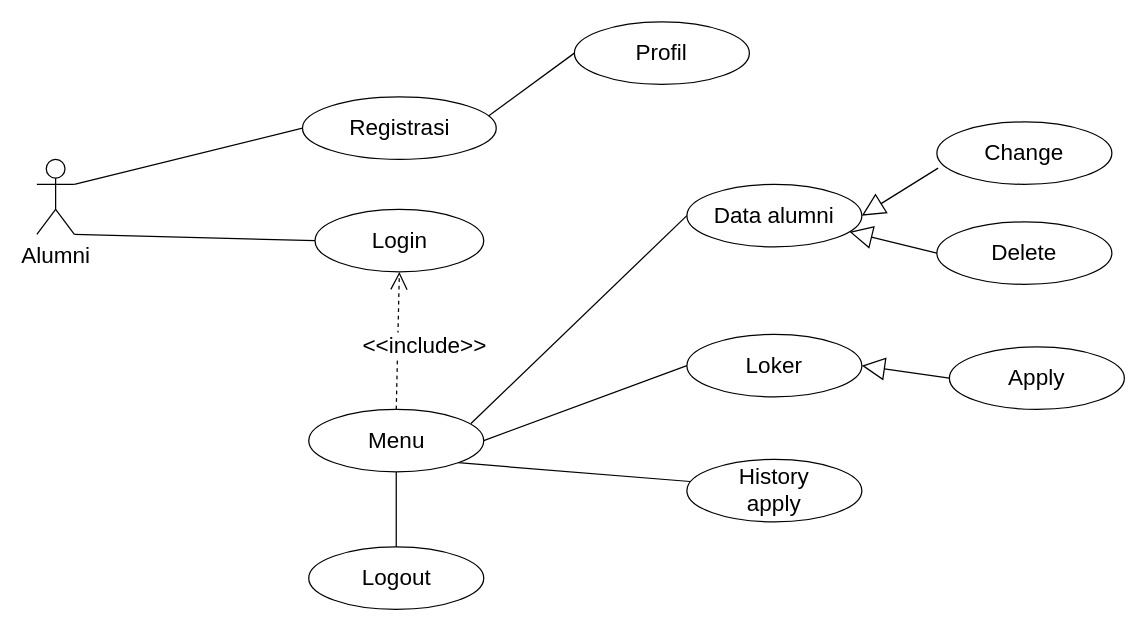
The draw.io diagram sistem yang diusulkan alumni.drawio in ratihpn99/tokoonline, before the edit. Source tidied: cells renumbered, new cells numbered last; positions are measured from the earlier drawing's top-left corner, leaving out a move shared by most shapes. Both pictures are drawn from the tidied source at 125%, with x=0, y=0 at pixel (36, 21).
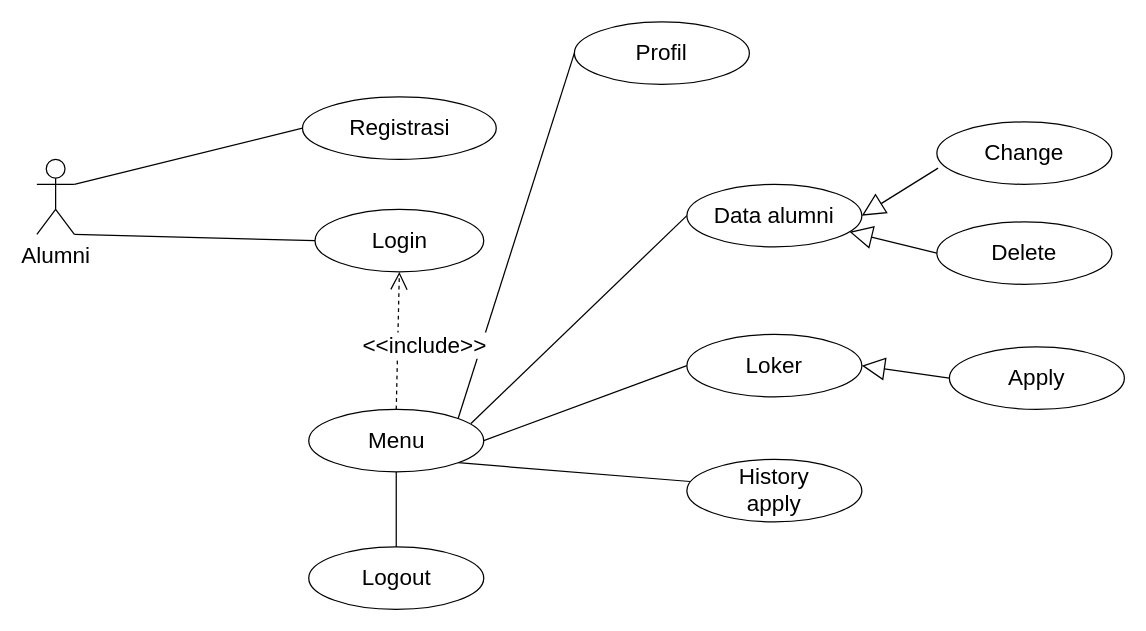
The same page after the edit.

Unchanged cells that the change refers to:
```xml
<mxCell id="2" value="&lt;font style=&quot;font-size: 18px;&quot;&gt;Registrasi&lt;/font&gt;" style="ellipse;whiteSpace=wrap;html=1;" parent="1" vertex="1">
  <mxGeometry x="212.5" y="60" width="155" height="50" as="geometry" />
</mxCell>
<mxCell id="4" value="&lt;font style=&quot;font-size: 18px;&quot;&gt;Menu&lt;/font&gt;" style="ellipse;whiteSpace=wrap;html=1;" parent="1" vertex="1">
  <mxGeometry x="217.5" y="310" width="140" height="50" as="geometry" />
</mxCell>
<mxCell id="6" value="&lt;font style=&quot;font-size: 18px;&quot;&gt;Profil&lt;/font&gt;" style="ellipse;whiteSpace=wrap;html=1;" parent="1" vertex="1">
  <mxGeometry x="430" width="140" height="50" as="geometry" />
</mxCell>
```

The edit, as a diff of the source:
```diff
@@
-    <mxCell id="10" style="endArrow=none;html=1;rounded=0;fontSize=18;entryX=0;entryY=0.5;entryDx=0;entryDy=0;exitX=0.96;exitY=0.307;exitDx=0;exitDy=0;exitPerimeter=0;" parent="1" edge="1" source="2" target="6">
+    <mxCell id="10" style="endArrow=none;html=1;rounded=0;fontSize=18;entryX=0;entryY=0.5;entryDx=0;entryDy=0;exitX=1;exitY=0;exitDx=0;exitDy=0;" parent="1" edge="1" source="4" target="6">
       <mxGeometry relative="1" as="geometry" />
     </mxCell>
```
